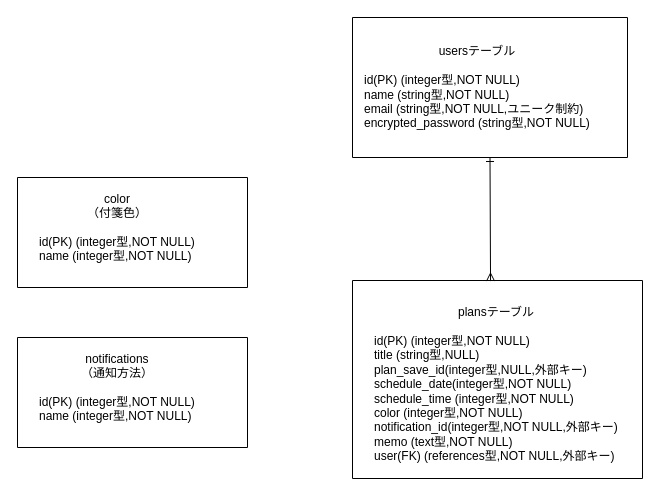
The draw.io diagram pawdo.dio in pazuru25/pawdo, before the edit. Source tidied: cells renumbered, new cells numbered last; positions are measured from the earlier drawing's top-left corner, leaving out a move shared by most shapes. Both pictures are drawn from the tidied source at 100%, with x=0, y=0 at pixel (17, 17).
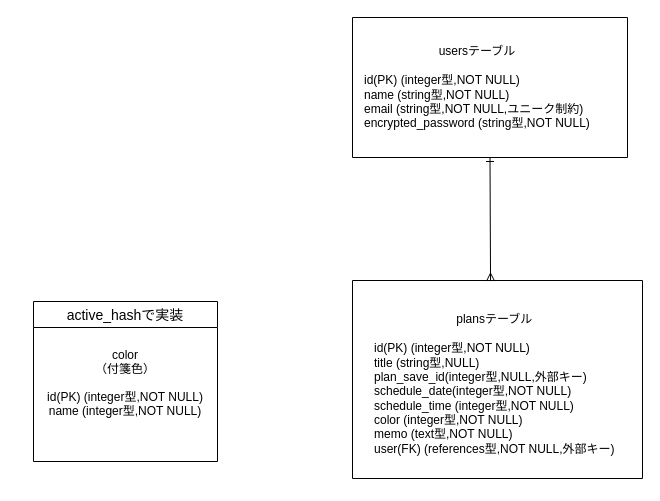
After the change.

Commit message (it also covers changes not shown here):
ER図・README修正

The edit, as a diff of the source:
```diff
@@
 <mxGraphModel>
   <root>
     <mxCell id="0" />
     <mxCell id="1" parent="0" />
     <mxCell id="2" style="edgeStyle=none;html=1;exitX=0.5;exitY=1;exitDx=0;exitDy=0;entryX=0.476;entryY=0.003;entryDx=0;entryDy=0;startArrow=ERone;startFill=0;endArrow=ERmany;endFill=0;entryPerimeter=0;" parent="1" edge="1" source="3" target="5">
       <mxGeometry relative="1" as="geometry" />
     </mxCell>
     <mxCell id="3" style="swimlane;startSize=0;align=left;" parent="1" vertex="1">
       <mxGeometry x="335" width="275" height="140" as="geometry" />
     </mxCell>
     <mxCell id="4" value="&lt;div style=&quot;text-align: center;&quot;&gt;&lt;span style=&quot;background-color: initial;&quot;&gt;usersテーブル&lt;/span&gt;&lt;/div&gt;&lt;br&gt;id(PK) (integer型,NOT NULL)&lt;br&gt;name (string型,NOT NULL)&lt;br&gt;&lt;div style=&quot;&quot;&gt;&lt;span style=&quot;background-color: initial;&quot;&gt;email (string型,NOT NULL,ユニーク制約)&lt;/span&gt;&lt;/div&gt;&lt;div style=&quot;&quot;&gt;&lt;span style=&quot;background-color: initial;&quot;&gt;encrypted_password (string型,NOT NULL)&lt;/span&gt;&lt;/div&gt;" style="text;html=1;align=left;verticalAlign=middle;strokeColor=none;fillColor=none;" parent="3" vertex="1">
       <mxGeometry x="10" y="20" width="250" height="100" as="geometry" />
     </mxCell>
     <mxCell id="5" style="swimlane;startSize=0;align=left;" parent="1" vertex="1">
       <mxGeometry x="335" y="263" width="290" height="198" as="geometry" />
     </mxCell>
-    <mxCell id="6" value="&lt;div style=&quot;text-align: center;&quot;&gt;&lt;span style=&quot;background-color: initial;&quot;&gt;plansテーブル&lt;/span&gt;&lt;/div&gt;&lt;br&gt;id(PK) (integer型,NOT NULL)&lt;br&gt;title (string型,NULL)&lt;br&gt;plan_save_id(integer型,NULL,外部キー)&lt;br&gt;&lt;span style=&quot;background-color: initial;&quot;&gt;schedule_date(integer型,NOT NULL)&lt;/span&gt;&lt;br&gt;&lt;div style=&quot;&quot;&gt;&lt;span style=&quot;background-color: initial;&quot;&gt;schedule_time (integer型,NOT NULL)&lt;/span&gt;&lt;/div&gt;&lt;div style=&quot;&quot;&gt;&lt;span style=&quot;background-color: initial;&quot;&gt;color (integer型,NOT NULL)&lt;/span&gt;&lt;/div&gt;&lt;div style=&quot;&quot;&gt;&lt;span style=&quot;background-color: initial;&quot;&gt;notification_id&lt;/span&gt;&lt;span style=&quot;background-color: initial;&quot;&gt;(integer型,NOT NULL,外部キー)&lt;/span&gt;&lt;/div&gt;&lt;div style=&quot;&quot;&gt;&lt;span style=&quot;background-color: initial;&quot;&gt;memo (text型,NOT NULL)&lt;/span&gt;&lt;/div&gt;&lt;div style=&quot;&quot;&gt;&lt;div&gt;&lt;span style=&quot;background-color: initial;&quot;&gt;user(FK) (references型,NOT NULL,外部キー)&lt;/span&gt;&lt;/div&gt;&lt;/div&gt;&lt;div style=&quot;&quot;&gt;&lt;br&gt;&lt;/div&gt;" style="text;html=1;align=left;verticalAlign=middle;strokeColor=none;fillColor=none;" parent="5" vertex="1">
-      <mxGeometry x="20" y="18" width="262" height="185" as="geometry" />
+    <mxCell id="6" value="&lt;div style=&quot;text-align: center;&quot;&gt;&lt;span style=&quot;background-color: initial;&quot;&gt;plansテーブル&lt;/span&gt;&lt;/div&gt;&lt;br&gt;id(PK) (integer型,NOT NULL)&lt;br&gt;title (string型,NULL)&lt;br&gt;plan_save_id(integer型,NULL,外部キー)&lt;br&gt;&lt;span style=&quot;background-color: initial;&quot;&gt;schedule_date(integer型,NOT NULL)&lt;/span&gt;&lt;br&gt;&lt;div style=&quot;&quot;&gt;&lt;span style=&quot;background-color: initial;&quot;&gt;schedule_time (integer型,NOT NULL)&lt;/span&gt;&lt;/div&gt;&lt;div style=&quot;&quot;&gt;&lt;span style=&quot;background-color: initial;&quot;&gt;color (integer型,NOT NULL)&lt;/span&gt;&lt;/div&gt;&lt;div style=&quot;&quot;&gt;&lt;span style=&quot;background-color: initial;&quot;&gt;memo (text型,NOT NULL)&lt;/span&gt;&lt;/div&gt;&lt;div style=&quot;&quot;&gt;&lt;div&gt;&lt;span style=&quot;background-color: initial;&quot;&gt;user(FK) (references型,NOT NULL,外部キー)&lt;/span&gt;&lt;/div&gt;&lt;/div&gt;&lt;div style=&quot;&quot;&gt;&lt;br&gt;&lt;/div&gt;" style="text;html=1;align=left;verticalAlign=middle;strokeColor=none;fillColor=none;" parent="5" vertex="1">
+      <mxGeometry x="20" y="26" width="258" height="170" as="geometry" />
     </mxCell>
-    <mxCell id="7" style="swimlane;startSize=0;align=left;" parent="1" vertex="1">
-      <mxGeometry y="320" width="230" height="110" as="geometry" />
-    </mxCell>
-    <mxCell id="8" value="&lt;div style=&quot;text-align: left;&quot;&gt;&lt;span style=&quot;background-color: initial;&quot;&gt;&lt;br&gt;&lt;/span&gt;&lt;/div&gt;&lt;div style=&quot;text-align: center;&quot;&gt;&lt;span style=&quot;background-color: initial;&quot;&gt;&lt;span style=&quot;&quot;&gt;&#9;&lt;/span&gt;notifications&lt;/span&gt;&lt;/div&gt;&lt;div style=&quot;text-align: center;&quot;&gt;&lt;span style=&quot;background-color: initial;&quot;&gt;（通知方法）&lt;/span&gt;&lt;/div&gt;&lt;br&gt;id(PK) (integer型,NOT NULL)&lt;br&gt;name (integer型,NOT NULL)&lt;br&gt;&lt;div style=&quot;&quot;&gt;&lt;br&gt;&lt;/div&gt;" style="text;html=1;align=left;verticalAlign=middle;strokeColor=none;fillColor=none;" parent="7" vertex="1">
-      <mxGeometry x="20" y="-5" width="180" height="110" as="geometry" />
-    </mxCell>
-    <mxCell id="9" style="swimlane;startSize=0;align=left;" parent="1" vertex="1">
-      <mxGeometry y="160" width="230" height="110" as="geometry" />
-    </mxCell>
+    <mxCell id="11" value="active_hashで実装" style="swimlane;fontStyle=0;horizontal=1;startSize=26;align=center;fontSize=14;" parent="1" vertex="1">
+      <mxGeometry x="16" y="284" width="184" height="160" as="geometry" />
+    </mxCell>
-    <mxCell id="10" value="&lt;div style=&quot;text-align: center;&quot;&gt;&lt;br&gt;&lt;/div&gt;&lt;div style=&quot;text-align: center;&quot;&gt;color&lt;/div&gt;&lt;div style=&quot;text-align: center;&quot;&gt;&lt;span style=&quot;background-color: initial; text-align: left;&quot;&gt;（付箋色）&lt;/span&gt;&lt;br&gt;&lt;/div&gt;&lt;br&gt;id(PK) (integer型,NOT NULL)&lt;br&gt;name (integer型,NOT NULL)&lt;br&gt;&lt;div style=&quot;&quot;&gt;&lt;br&gt;&lt;/div&gt;" style="text;html=1;align=left;verticalAlign=middle;strokeColor=none;fillColor=none;" parent="9" vertex="1">
-      <mxGeometry x="20" y="-5" width="180" height="110" as="geometry" />
+    <mxCell id="10" value="&#10;color&#10;（付箋色）&#10;&#10;id(PK) (integer型,NOT NULL)&#10;name (integer型,NOT NULL)&#10;" style="text;strokeColor=none;fillColor=none;spacingLeft=4;spacingRight=4;overflow=hidden;fontSize=12;flipV=1;align=center;" parent="11" vertex="1">
+      <mxGeometry y="26" width="184" height="134" as="geometry" />
     </mxCell>
   </root>
 </mxGraphModel>
```
